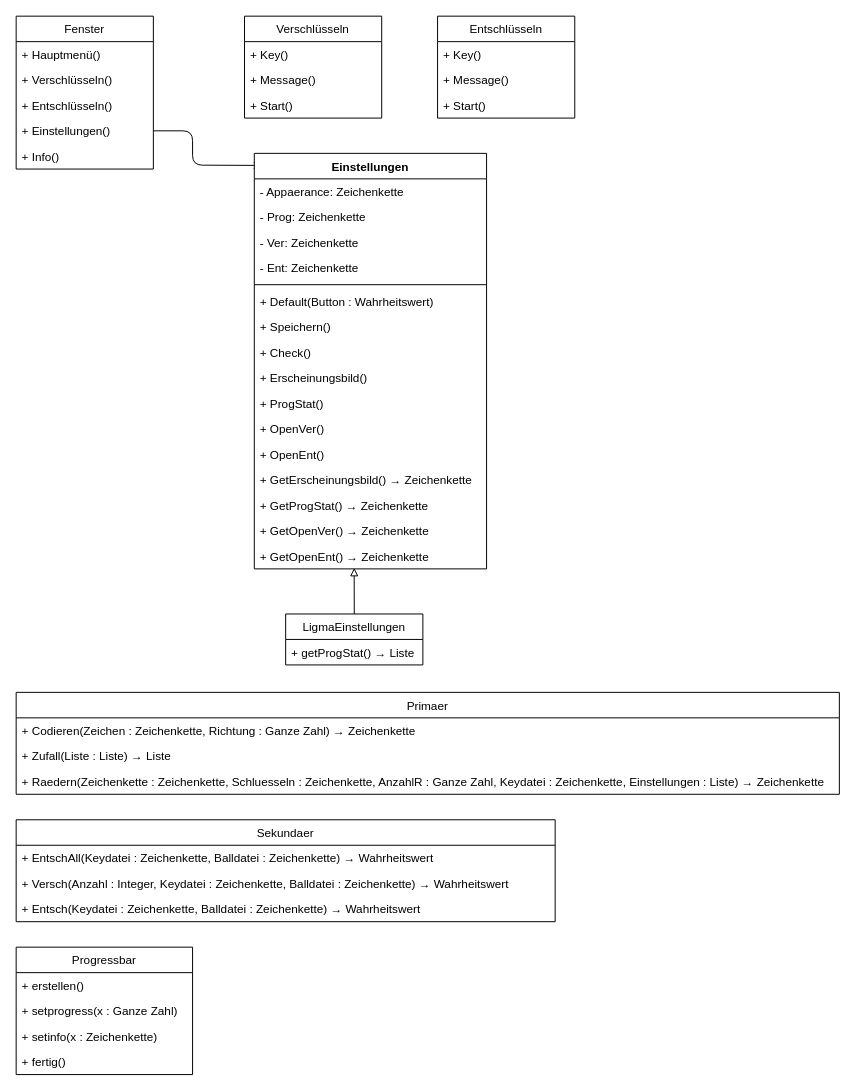
This is Ligma UML-Diagramm.drawio from LukCHEM88/Ligma, a draw.io file, before an edit. Source tidied: cells renumbered, new cells numbered last; positions are measured from the earlier drawing's top-left corner, leaving out a move shared by most shapes. Both pictures are drawn from the tidied source at 98%, with x=0, y=0 at pixel (16, 16).
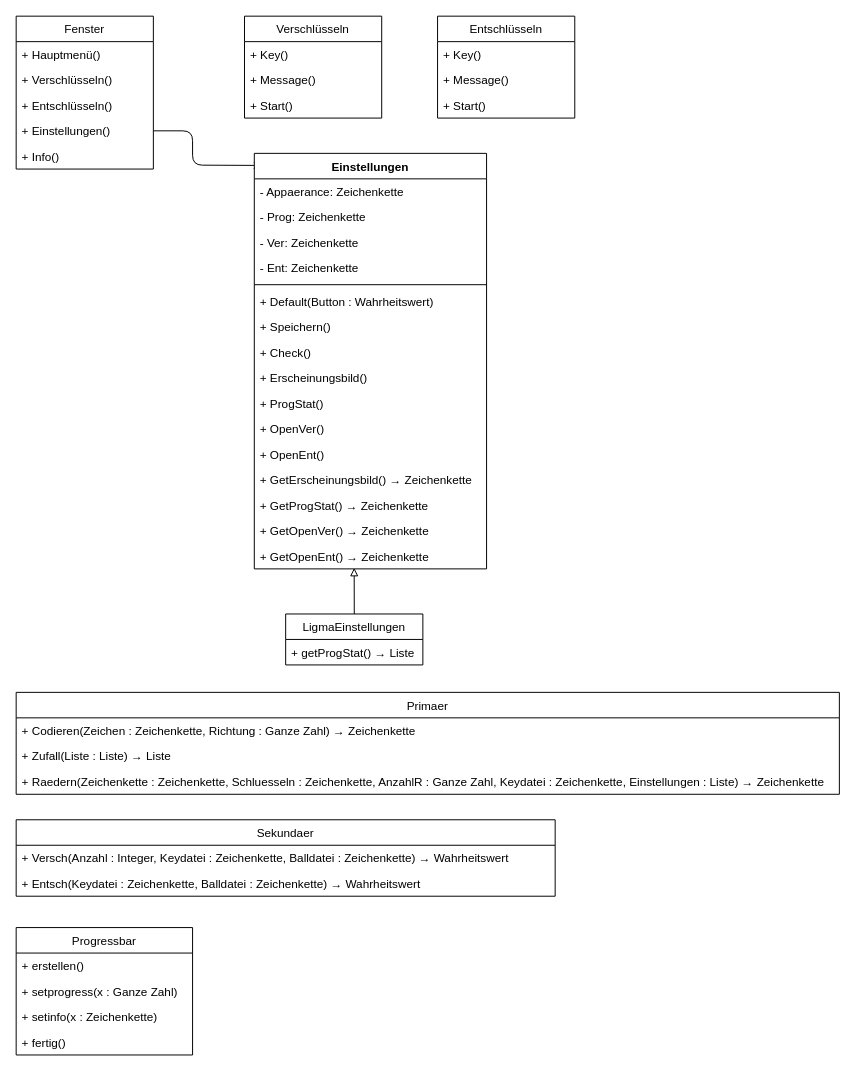
Above is the later version.

Change to the diagram source:
```diff
@@
     <mxCell id="41" value="Sekundaer" style="swimlane;fontStyle=0;horizontal=1;startSize=26;fillColor=none;" parent="1" vertex="1">
-      <mxGeometry y="820" width="550" height="104" as="geometry" />
+      <mxGeometry y="820" width="550" height="78" as="geometry" />
     </mxCell>
-    <mxCell id="42" value="+ EntschAll(Keydatei : Zeichenkette, Balldatei : Zeichenkette) → Wahrheitswert" style="text;strokeColor=none;fillColor=none;align=left;verticalAlign=top;spacingLeft=4;spacingRight=4;overflow=hidden;" parent="41" vertex="1">
-      <mxGeometry y="26" width="550" height="26" as="geometry" />
-    </mxCell>
     <mxCell id="43" value="+ Versch(Anzahl : Integer, Keydatei : Zeichenkette, Balldatei : Zeichenkette) → Wahrheitswert" style="text;strokeColor=none;fillColor=none;align=left;verticalAlign=top;spacingLeft=4;spacingRight=4;overflow=hidden;" parent="41" vertex="1">
-      <mxGeometry y="52" width="550" height="26" as="geometry" />
+      <mxGeometry y="26" width="550" height="26" as="geometry" />
     </mxCell>
     <mxCell id="44" value="+ Entsch(Keydatei : Zeichenkette, Balldatei : Zeichenkette) → Wahrheitswert" style="text;strokeColor=none;fillColor=none;align=left;verticalAlign=top;spacingLeft=4;spacingRight=4;overflow=hidden;" parent="41" vertex="1">
-      <mxGeometry y="78" width="550" height="26" as="geometry" />
+      <mxGeometry y="52" width="550" height="26" as="geometry" />
     </mxCell>
     <mxCell id="45" value="Progressbar" style="swimlane;fontStyle=0;horizontal=1;startSize=26;fillColor=none;" parent="1" vertex="1">
-      <mxGeometry y="950" width="180" height="130" as="geometry" />
+      <mxGeometry y="930" width="180" height="130" as="geometry" />
     </mxCell>
```
